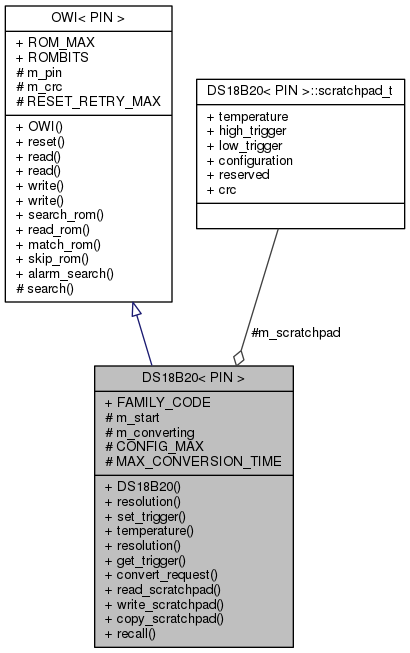
This is Arduino-OWI/d4/d9e/classDS18B20__coll__graph.png from mikaelpatel/mikaelpatel.github.io, a Graphviz export, as it was before one commit. Its source is kept beside it as Arduino-OWI/d4/d9e/classDS18B20__coll__graph.dot. The source it was exported from:
```dot
digraph "DS18B20&lt; PIN &gt;"
{
  edge [fontname="Helvetica",fontsize="10",labelfontname="Helvetica",labelfontsize="10"];
  node [fontname="Helvetica",fontsize="10",shape=record];
  Node1 [label="{DS18B20\< PIN \>\n|+ FAMILY_CODE\l# m_start\l# m_converting\l# CONFIG_MAX\l# MAX_CONVERSION_TIME\l|+ DS18B20()\l+ resolution()\l+ set_trigger()\l+ temperature()\l+ resolution()\l+ get_trigger()\l+ convert_request()\l+ read_scratchpad()\l+ write_scratchpad()\l+ copy_scratchpad()\l+ recall()\l}",height=0.2,width=0.4,color="black", fillcolor="grey75", style="filled", fontcolor="black"];
  Node2 -> Node1 [dir="back",color="midnightblue",fontsize="10",style="solid",arrowtail="onormal",fontname="Helvetica"];
  Node2 [label="{OWI\< PIN \>\n|+ ROM_MAX\l+ ROMBITS\l# m_pin\l# m_crc\l# RESET_RETRY_MAX\l|+ OWI()\l+ reset()\l+ read()\l+ read()\l+ write()\l+ write()\l+ search_rom()\l+ read_rom()\l+ match_rom()\l+ skip_rom()\l+ alarm_search()\l# search()\l}",height=0.2,width=0.4,color="black", fillcolor="white", style="filled",URL="$d7/d90/classOWI.html"];
  Node3 -> Node1 [color="grey25",fontsize="10",style="solid",label=" #m_scratchpad" ,arrowhead="odiamond",fontname="Helvetica"];
  Node3 [label="{DS18B20\< PIN \>::scratchpad_t\n|+ temperature\l+ high_trigger\l+ low_trigger\l+ configuration\l+ reserved\l+ crc\l|}",height=0.2,width=0.4,color="black", fillcolor="white", style="filled",URL="$d4/d1f/structDS18B20_1_1scratchpad__t.html"];
}
```
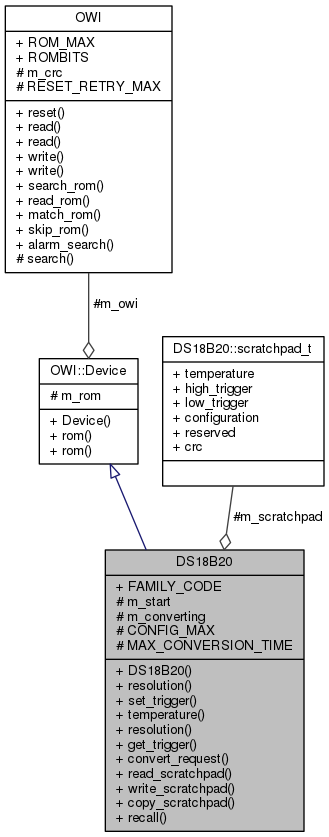
Later version of the same file.

Change to the diagram source:
```diff
@@ -1,10 +1,12 @@
-digraph "DS18B20&lt; PIN &gt;"
+digraph "DS18B20"
 {
   edge [fontname="Helvetica",fontsize="10",labelfontname="Helvetica",labelfontsize="10"];
   node [fontname="Helvetica",fontsize="10",shape=record];
-  Node1 [label="{DS18B20\< PIN \>\n|+ FAMILY_CODE\l# m_start\l# m_converting\l# CONFIG_MAX\l# MAX_CONVERSION_TIME\l|+ DS18B20()\l+ resolution()\l+ set_trigger()\l+ temperature()\l+ resolution()\l+ get_trigger()\l+ convert_request()\l+ read_scratchpad()\l+ write_scratchpad()\l+ copy_scratchpad()\l+ recall()\l}",height=0.2,width=0.4,color="black", fillcolor="grey75", style="filled", fontcolor="black"];
+  Node1 [label="{DS18B20\n|+ FAMILY_CODE\l# m_start\l# m_converting\l# CONFIG_MAX\l# MAX_CONVERSION_TIME\l|+ DS18B20()\l+ resolution()\l+ set_trigger()\l+ temperature()\l+ resolution()\l+ get_trigger()\l+ convert_request()\l+ read_scratchpad()\l+ write_scratchpad()\l+ copy_scratchpad()\l+ recall()\l}",height=0.2,width=0.4,color="black", fillcolor="grey75", style="filled", fontcolor="black"];
   Node2 -> Node1 [dir="back",color="midnightblue",fontsize="10",style="solid",arrowtail="onormal",fontname="Helvetica"];
-  Node2 [label="{OWI\< PIN \>\n|+ ROM_MAX\l+ ROMBITS\l# m_pin\l# m_crc\l# RESET_RETRY_MAX\l|+ OWI()\l+ reset()\l+ read()\l+ read()\l+ write()\l+ write()\l+ search_rom()\l+ read_rom()\l+ match_rom()\l+ skip_rom()\l+ alarm_search()\l# search()\l}",height=0.2,width=0.4,color="black", fillcolor="white", style="filled",URL="$d7/d90/classOWI.html"];
-  Node3 -> Node1 [color="grey25",fontsize="10",style="solid",label=" #m_scratchpad" ,arrowhead="odiamond",fontname="Helvetica"];
-  Node3 [label="{DS18B20\< PIN \>::scratchpad_t\n|+ temperature\l+ high_trigger\l+ low_trigger\l+ configuration\l+ reserved\l+ crc\l|}",height=0.2,width=0.4,color="black", fillcolor="white", style="filled",URL="$d4/d1f/structDS18B20_1_1scratchpad__t.html"];
+  Node2 [label="{OWI::Device\n|# m_rom\l|+ Device()\l+ rom()\l+ rom()\l}",height=0.2,width=0.4,color="black", fillcolor="white", style="filled",URL="$d0/d7f/classOWI_1_1Device.html"];
+  Node3 -> Node2 [color="grey25",fontsize="10",style="solid",label=" #m_owi" ,arrowhead="odiamond",fontname="Helvetica"];
+  Node3 [label="{OWI\n|+ ROM_MAX\l+ ROMBITS\l# m_crc\l# RESET_RETRY_MAX\l|+ reset()\l+ read()\l+ read()\l+ write()\l+ write()\l+ search_rom()\l+ read_rom()\l+ match_rom()\l+ skip_rom()\l+ alarm_search()\l# search()\l}",height=0.2,width=0.4,color="black", fillcolor="white", style="filled",URL="$d7/d90/classOWI.html"];
+  Node4 -> Node1 [color="grey25",fontsize="10",style="solid",label=" #m_scratchpad" ,arrowhead="odiamond",fontname="Helvetica"];
+  Node4 [label="{DS18B20::scratchpad_t\n|+ temperature\l+ high_trigger\l+ low_trigger\l+ configuration\l+ reserved\l+ crc\l|}",height=0.2,width=0.4,color="black", fillcolor="white", style="filled",URL="$d4/d1f/structDS18B20_1_1scratchpad__t.html"];
 }
```
